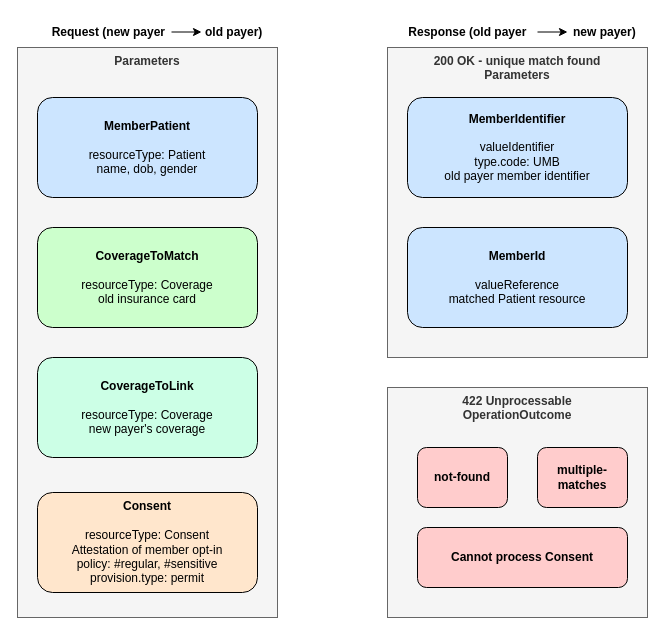
Above: page "hrex-single-member-match" (2 of 3) of images/diagrams.drawio in agabhinav/learn-fhir (draw.io), before the change. Source tidied: cells renumbered, new cells numbered last; positions are measured from the earlier drawing's top-left corner, leaving out a move shared by most shapes. Both pictures are drawn from the tidied source at 100%, with x=0, y=0 at pixel (17, 17).
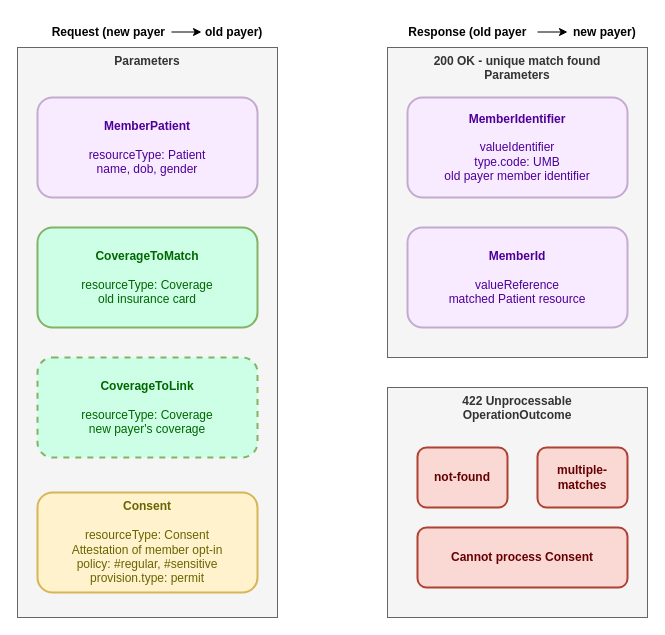
Above is the later version.

Commit message (it also covers changes not shown here):
pdex bulk member match, payer to payer.

Change to the diagram source:
```diff
@@
 <mxGraphModel>
   <root>
     <mxCell id="0" />
     <mxCell id="1" parent="0" />
     <mxCell id="2" value="&lt;b&gt;422 Unprocessable&lt;/b&gt;&lt;div&gt;&lt;b&gt;OperationOutcome&lt;/b&gt;&lt;/div&gt;" style="rounded=0;whiteSpace=wrap;html=1;verticalAlign=top;fillColor=#f5f5f5;fontColor=#333333;strokeColor=#666666;" parent="1" vertex="1">
       <mxGeometry x="370" y="370" width="260" height="230" as="geometry" />
     </mxCell>
     <mxCell id="3" value="&lt;b&gt;200 OK - unique match found&lt;/b&gt;&lt;div&gt;&lt;b&gt;Parameters&lt;/b&gt;&lt;/div&gt;" style="rounded=0;whiteSpace=wrap;html=1;verticalAlign=top;fillColor=#f5f5f5;fontColor=#333333;strokeColor=#666666;" parent="1" vertex="1">
       <mxGeometry x="370" y="30" width="260" height="310" as="geometry" />
     </mxCell>
     <mxCell id="4" value="&lt;b&gt;Parameters&lt;/b&gt;" style="rounded=0;whiteSpace=wrap;html=1;verticalAlign=top;fillColor=#f5f5f5;fontColor=#333333;strokeColor=#666666;" parent="1" vertex="1">
       <mxGeometry y="30" width="260" height="570" as="geometry" />
     </mxCell>
-    <mxCell id="5" value="&lt;b&gt;MemberPatient&lt;/b&gt;&lt;div&gt;&lt;br&gt;&lt;div&gt;resourceType: Patient&lt;/div&gt;&lt;div&gt;name, dob, gender&lt;/div&gt;&lt;/div&gt;" style="rounded=1;whiteSpace=wrap;html=1;fillColor=#CCE5FF;fontColor=default;convertToSvg=1;" parent="1" vertex="1">
+    <mxCell id="5" value="&lt;b&gt;MemberPatient&lt;/b&gt;&lt;div&gt;&lt;br&gt;&lt;div&gt;resourceType: Patient&lt;/div&gt;&lt;div&gt;name, dob, gender&lt;/div&gt;&lt;/div&gt;" style="rounded=1;whiteSpace=wrap;html=1;fillColor=#F8EAFF;fontColor=#4C0099;convertToSvg=1;strokeColor=#C3ABD0;strokeWidth=2;align=center;verticalAlign=middle;spacingTop=2;spacingBottom=2;fontFamily=Helvetica;fontSize=12;" parent="1" vertex="1">
       <mxGeometry x="20" y="80" width="220" height="100" as="geometry" />
     </mxCell>
-    <mxCell id="6" value="&lt;b&gt;CoverageToMatch&lt;/b&gt;&lt;div&gt;&lt;br&gt;&lt;div&gt;resourceType: Coverage&lt;/div&gt;&lt;div&gt;old insurance card&lt;/div&gt;&lt;/div&gt;" style="rounded=1;whiteSpace=wrap;html=1;fillColor=#CCFFCC;" parent="1" vertex="1">
+    <mxCell id="6" value="&lt;b&gt;CoverageToMatch&lt;/b&gt;&lt;div&gt;&lt;br&gt;&lt;div&gt;resourceType: Coverage&lt;/div&gt;&lt;div&gt;old insurance card&lt;/div&gt;&lt;/div&gt;" style="rounded=1;whiteSpace=wrap;html=1;fillColor=#CCFFE6;strokeColor=#82b366;strokeWidth=2;align=center;verticalAlign=middle;spacingTop=2;spacingBottom=2;fontFamily=Helvetica;fontSize=12;fontColor=#006600;" parent="1" vertex="1">
       <mxGeometry x="20" y="210" width="220" height="100" as="geometry" />
     </mxCell>
-    <mxCell id="7" value="&lt;b&gt;CoverageToLink&lt;/b&gt;&lt;div&gt;&lt;br&gt;&lt;div&gt;resourceType: Coverage&lt;/div&gt;&lt;div&gt;new payer's coverage&lt;/div&gt;&lt;/div&gt;" style="rounded=1;whiteSpace=wrap;html=1;fillColor=#CCFFE6;" parent="1" vertex="1">
+    <mxCell id="7" value="&lt;b&gt;CoverageToLink&lt;/b&gt;&lt;div&gt;&lt;br&gt;&lt;div&gt;resourceType: Coverage&lt;/div&gt;&lt;div&gt;new payer's coverage&lt;/div&gt;&lt;/div&gt;" style="rounded=1;whiteSpace=wrap;html=1;fillColor=#CCFFE6;dashed=1;strokeColor=#82b366;strokeWidth=2;align=center;verticalAlign=middle;spacingTop=2;spacingBottom=2;fontFamily=Helvetica;fontSize=12;fontColor=#006600;" parent="1" vertex="1">
       <mxGeometry x="20" y="340" width="220" height="100" as="geometry" />
     </mxCell>
-    <mxCell id="8" value="&lt;b&gt;Consent&lt;/b&gt;&lt;div&gt;&lt;br&gt;&lt;/div&gt;&lt;div&gt;resourceType: Consent&lt;/div&gt;&lt;div&gt;Attestation of member opt-in&lt;/div&gt;&lt;div&gt;policy: #regular, #sensitive&lt;/div&gt;&lt;div&gt;provision.type: permit&lt;/div&gt;" style="rounded=1;whiteSpace=wrap;html=1;fillColor=#FFE6CC;" parent="1" vertex="1">
+    <mxCell id="8" value="&lt;b&gt;Consent&lt;/b&gt;&lt;div&gt;&lt;br&gt;&lt;/div&gt;&lt;div&gt;resourceType: Consent&lt;/div&gt;&lt;div&gt;Attestation of member opt-in&lt;/div&gt;&lt;div&gt;policy: #regular, #sensitive&lt;/div&gt;&lt;div&gt;provision.type: permit&lt;/div&gt;" style="rounded=1;whiteSpace=wrap;html=1;fillColor=#fff2cc;strokeColor=#d6b656;strokeWidth=2;align=center;verticalAlign=middle;spacingTop=2;spacingBottom=2;fontFamily=Helvetica;fontSize=12;fontColor=#666600;" parent="1" vertex="1">
       <mxGeometry x="20" y="475" width="220" height="100" as="geometry" />
     </mxCell>
-    <mxCell id="9" value="&lt;b&gt;MemberIdentifier&lt;/b&gt;&lt;div&gt;&lt;br&gt;&lt;div&gt;valueIdentifier&lt;/div&gt;&lt;/div&gt;&lt;div&gt;type.code: UMB&lt;/div&gt;&lt;div&gt;old payer member identifier&lt;/div&gt;" style="rounded=1;whiteSpace=wrap;html=1;fillColor=#CCE5FF;" parent="1" vertex="1">
+    <mxCell id="9" value="&lt;b&gt;MemberIdentifier&lt;/b&gt;&lt;div&gt;&lt;br&gt;&lt;div&gt;valueIdentifier&lt;/div&gt;&lt;/div&gt;&lt;div&gt;type.code: UMB&lt;/div&gt;&lt;div&gt;old payer member identifier&lt;/div&gt;" style="rounded=1;whiteSpace=wrap;html=1;fillColor=#F8EAFF;strokeColor=#C3ABD0;strokeWidth=2;align=center;verticalAlign=middle;spacingTop=2;spacingBottom=2;fontFamily=Helvetica;fontSize=12;fontColor=#4C0099;" parent="1" vertex="1">
       <mxGeometry x="390" y="80" width="220" height="100" as="geometry" />
     </mxCell>
-    <mxCell id="10" value="&lt;b&gt;MemberId&lt;/b&gt;&lt;div&gt;&lt;br&gt;&lt;div&gt;valueReference&lt;/div&gt;&lt;div&gt;matched Patient resource&lt;br&gt;&lt;/div&gt;&lt;/div&gt;" style="rounded=1;whiteSpace=wrap;html=1;fillColor=#CCE5FF;" parent="1" vertex="1">
+    <mxCell id="10" value="&lt;b&gt;MemberId&lt;/b&gt;&lt;div&gt;&lt;br&gt;&lt;div&gt;valueReference&lt;/div&gt;&lt;div&gt;matched Patient resource&lt;br&gt;&lt;/div&gt;&lt;/div&gt;" style="rounded=1;whiteSpace=wrap;html=1;fillColor=#F8EAFF;strokeColor=#C3ABD0;strokeWidth=2;align=center;verticalAlign=middle;spacingTop=2;spacingBottom=2;fontFamily=Helvetica;fontSize=12;fontColor=#4C0099;" parent="1" vertex="1">
       <mxGeometry x="390" y="210" width="220" height="100" as="geometry" />
     </mxCell>
-    <mxCell id="11" value="&lt;b&gt;not-found&lt;/b&gt;" style="rounded=1;whiteSpace=wrap;html=1;fillColor=#FFCCCC;" parent="1" vertex="1">
+    <mxCell id="11" value="&lt;b&gt;&lt;font style=&quot;color: rgb(102, 0, 0);&quot;&gt;not-found&lt;/font&gt;&lt;/b&gt;" style="rounded=1;whiteSpace=wrap;html=1;fillColor=#fad9d5;strokeWidth=2;strokeColor=#ae4132;align=center;verticalAlign=middle;spacingTop=2;spacingBottom=2;fontFamily=Helvetica;fontSize=12;fontColor=default;" parent="1" vertex="1">
       <mxGeometry x="400" y="430" width="90" height="60" as="geometry" />
     </mxCell>
-    <mxCell id="12" value="&lt;b&gt;multiple-matches&lt;/b&gt;" style="rounded=1;whiteSpace=wrap;html=1;fillColor=#FFCCCC;" parent="1" vertex="1">
+    <mxCell id="12" value="&lt;b&gt;&lt;font style=&quot;color: rgb(102, 0, 0);&quot;&gt;multiple-matches&lt;/font&gt;&lt;/b&gt;" style="rounded=1;whiteSpace=wrap;html=1;fillColor=#fad9d5;strokeColor=#ae4132;strokeWidth=2;align=center;verticalAlign=middle;fontFamily=Helvetica;fontSize=12;fontColor=default;spacingTop=2;spacingBottom=2;" parent="1" vertex="1">
       <mxGeometry x="520" y="430" width="90" height="60" as="geometry" />
     </mxCell>
-    <mxCell id="13" value="&lt;b&gt;Cannot process Consent&lt;/b&gt;" style="rounded=1;whiteSpace=wrap;html=1;fillColor=#FFCCCC;" parent="1" vertex="1">
+    <mxCell id="13" value="&lt;b&gt;&lt;font style=&quot;color: rgb(102, 0, 0);&quot;&gt;Cannot process Consent&lt;/font&gt;&lt;/b&gt;" style="rounded=1;whiteSpace=wrap;html=1;fillColor=#fad9d5;strokeColor=#ae4132;strokeWidth=2;align=center;verticalAlign=middle;fontFamily=Helvetica;fontSize=12;fontColor=default;spacingTop=2;spacingBottom=2;" parent="1" vertex="1">
       <mxGeometry x="400" y="510" width="210" height="60" as="geometry" />
     </mxCell>
     <mxCell id="14" value="Request (new payer&amp;nbsp; &amp;nbsp; &amp;nbsp; &amp;nbsp; &amp;nbsp; &amp;nbsp; old payer)" style="text;html=1;whiteSpace=wrap;strokeColor=none;fillColor=none;align=center;verticalAlign=middle;rounded=0;fontStyle=1;" parent="1" vertex="1">
       <mxGeometry x="30" width="220" height="30" as="geometry" />
     </mxCell>
     <mxCell id="15" value="Response (old payer&amp;nbsp; &amp;nbsp; &amp;nbsp; &amp;nbsp; &amp;nbsp; &amp;nbsp; &amp;nbsp; new payer)" style="text;html=1;whiteSpace=wrap;strokeColor=none;fillColor=none;align=center;verticalAlign=middle;rounded=0;fontStyle=1;" parent="1" vertex="1">
       <mxGeometry x="390" width="230" height="30" as="geometry" />
     </mxCell>
     <mxCell id="16" style="endArrow=classic;html=1;rounded=0;" parent="1" edge="1">
       <mxGeometry relative="1" as="geometry">
         <mxPoint x="154" y="14.5" as="sourcePoint" />
         <mxPoint x="184" y="14.5" as="targetPoint" />
       </mxGeometry>
     </mxCell>
     <mxCell id="17" style="endArrow=classic;html=1;rounded=0;" parent="1" edge="1">
       <mxGeometry relative="1" as="geometry">
         <mxPoint x="520" y="14.5" as="sourcePoint" />
         <mxPoint x="550" y="14.5" as="targetPoint" />
       </mxGeometry>
     </mxCell>
   </root>
 </mxGraphModel>
```
